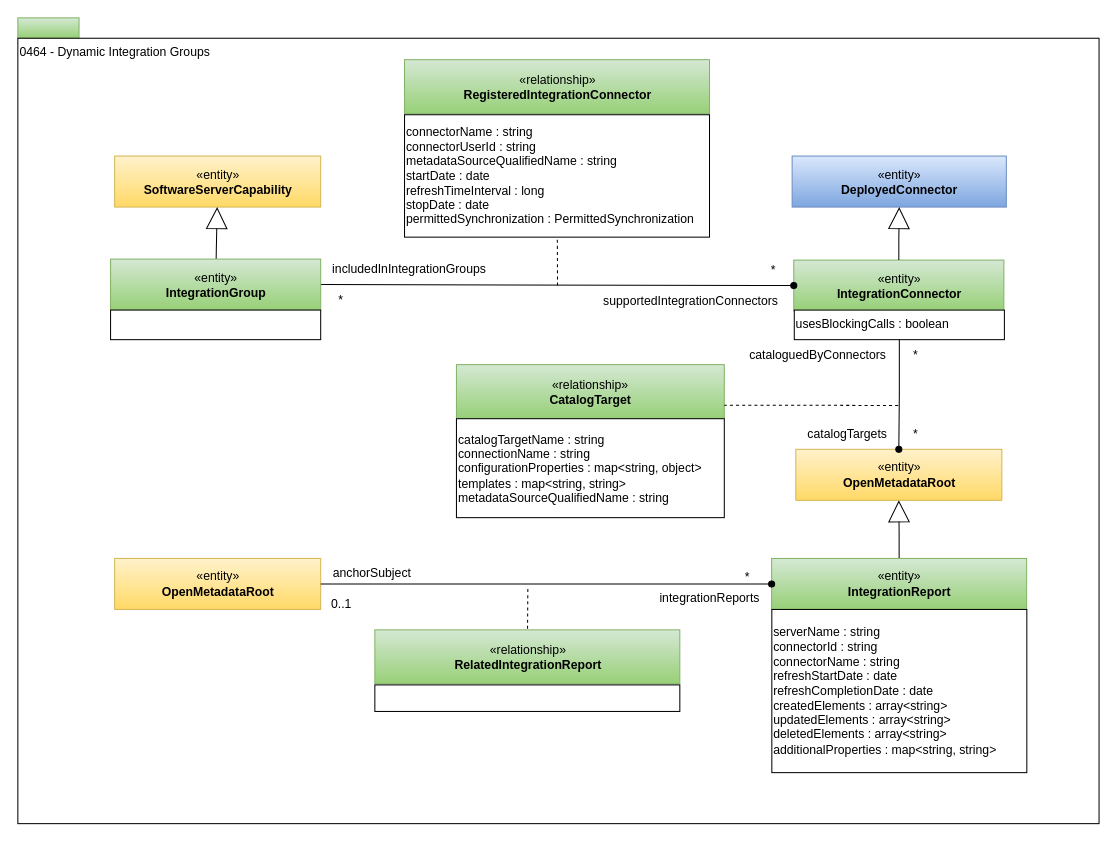
odpi/egeria-docs keeps this draw.io diagram as page "0464-Dynamic-Integration-Groups" (24 of 32) of site/docs/types/4/area-4-governance.drawio. Above is the earlier version. Source tidied: cells renumbered, new cells numbered last; positions are measured from the earlier drawing's top-left corner, leaving out a move shared by most shapes. Both pictures are drawn from the tidied source at 102%, with x=0, y=0 at pixel (17, 17).
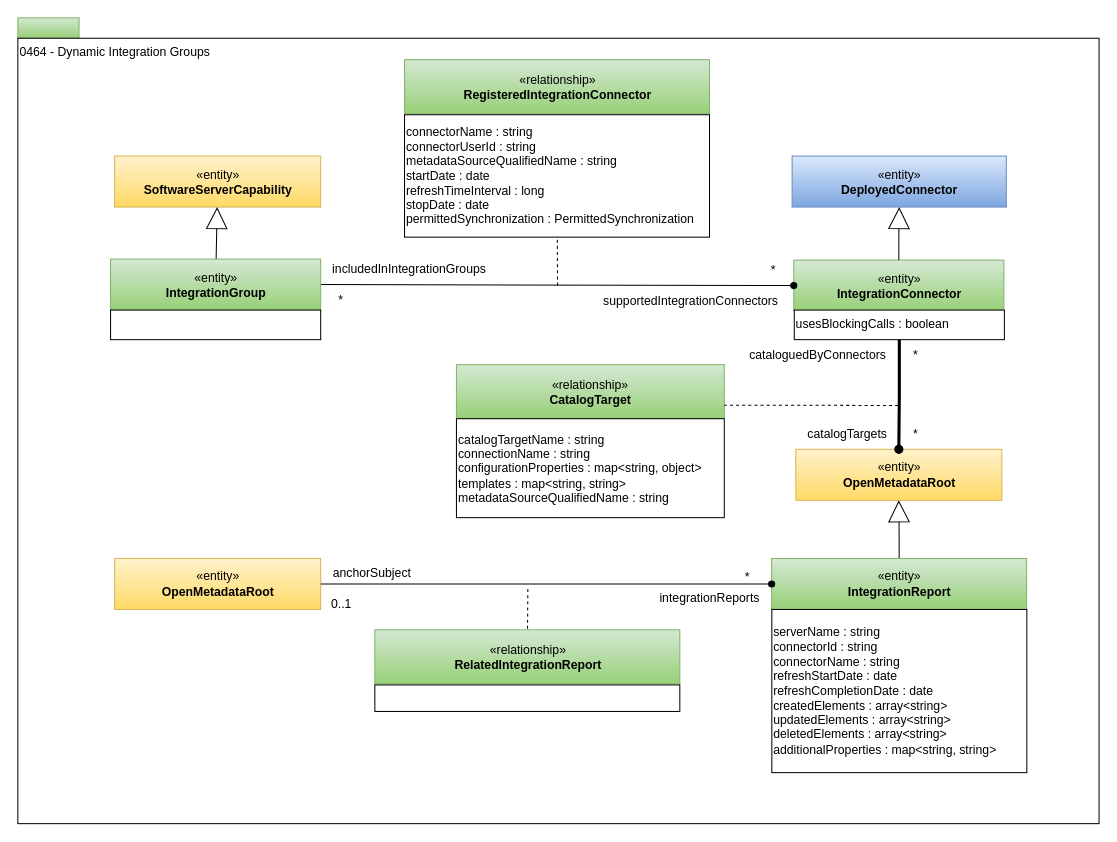
After the change.

Unchanged cells that the change refers to:
```xml
<mxCell id="6" value="usesBlockingCalls : boolean" style="rounded=0;whiteSpace=wrap;html=1;strokeColor=#000000;gradientColor=#ffffff;align=left;" parent="1" vertex="1">
  <mxGeometry x="761.2" y="286.5" width="206" height="29" as="geometry" />
</mxCell>
<mxCell id="20" value="«entity»&lt;br&gt;&lt;b&gt;OpenMetadataRoot&lt;/b&gt;" style="html=1;strokeColor=#d6b656;align=center;fillColor=#fff2cc;gradientColor=#ffd966;" parent="1" vertex="1">
  <mxGeometry x="762.7" y="423" width="202" height="50" as="geometry" />
</mxCell>
```

What changed in the source:
```diff
@@
-    <mxCell id="28" style="edgeStyle=orthogonalEdgeStyle;rounded=0;jettySize=auto;html=1;exitX=0.5;exitY=1;exitDx=0;exitDy=0;entryX=0.5;entryY=0;entryDx=0;entryDy=0;strokeWidth=1;endArrow=oval;endFill=1;" parent="1" edge="1" source="6" target="20">
+    <mxCell id="28" style="edgeStyle=orthogonalEdgeStyle;rounded=0;jettySize=auto;html=1;exitX=0.5;exitY=1;exitDx=0;exitDy=0;entryX=0.5;entryY=0;entryDx=0;entryDy=0;strokeWidth=3;endArrow=oval;endFill=1;" parent="1" edge="1" source="6" target="20">
       <mxGeometry relative="1" as="geometry" />
     </mxCell>
```
